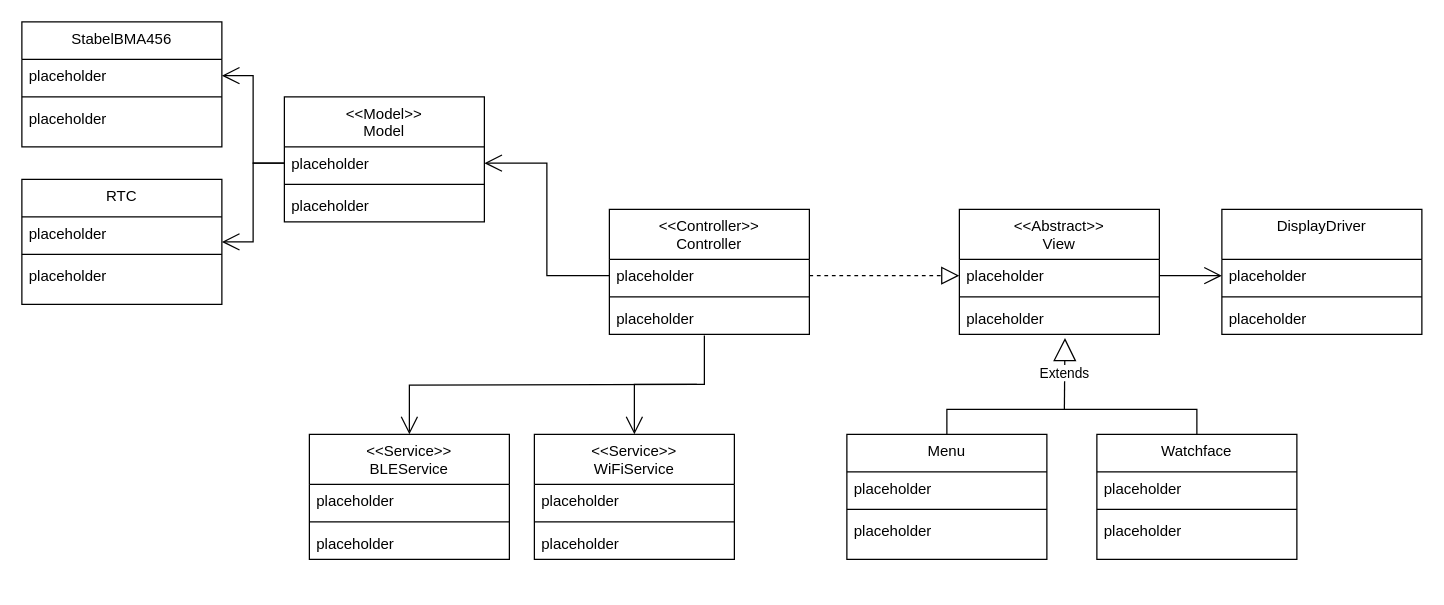
The draw.io diagram docs/watchyLT.drawio in Firegate1075/WatchyLT, before the edit. Source tidied: cells renumbered, new cells numbered last; positions are measured from the earlier drawing's top-left corner, leaving out a move shared by most shapes. Both pictures are drawn from the tidied source at 125%, with x=0, y=0 at pixel (21, 21).
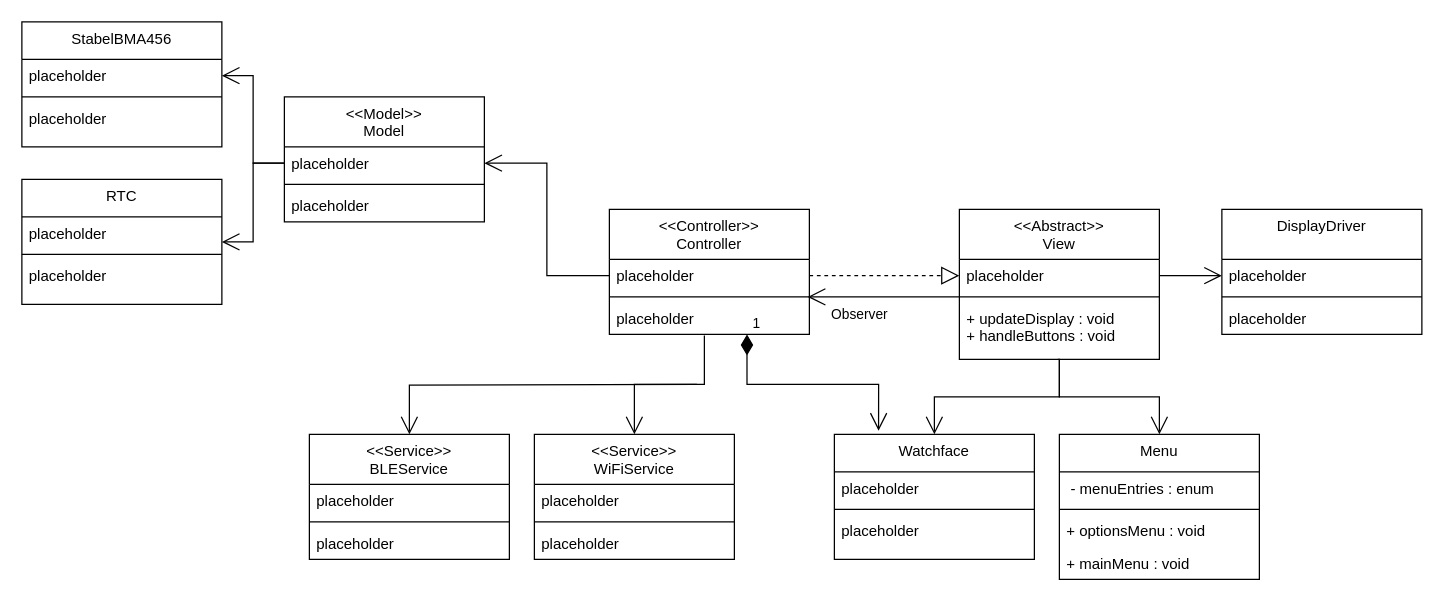
Above is the later version.

Unchanged cells that the change refers to:
```xml
<mxCell id="4" style="line;html=1;strokeWidth=1;align=left;verticalAlign=middle;spacingTop=-1;spacingLeft=3;spacingRight=3;labelPosition=right;points=[];portConstraint=eastwest;" parent="2" vertex="1">
  <mxGeometry y="66" width="160" height="8" as="geometry" />
</mxCell>
<mxCell id="5" value="placeholder" style="text;align=left;verticalAlign=top;spacingLeft=4;spacingRight=4;overflow=hidden;points=[[0,0.5],[1,0.5]];portConstraint=eastwest;" parent="2" vertex="1">
  <mxGeometry y="74" width="160" height="26" as="geometry" />
</mxCell>
<mxCell id="8" style="line;html=1;strokeWidth=1;align=left;verticalAlign=middle;spacingTop=-1;spacingLeft=3;spacingRight=3;labelPosition=right;points=[];portConstraint=eastwest;" parent="6" vertex="1">
  <mxGeometry y="66" width="160" height="8" as="geometry" />
</mxCell>
```

Change to the diagram source:
```diff
@@
     <mxCell id="6" value="&lt;&lt;Abstract&gt;&gt;&#10;View" style="swimlane;fontStyle=0;align=center;verticalAlign=top;horizontal=1;startSize=40;rounded=0;shadow=0;strokeWidth=1;" parent="1" vertex="1">
-      <mxGeometry x="750" y="150" width="160" height="100" as="geometry" />
+      <mxGeometry x="750" y="150" width="160" height="120" as="geometry" />
     </mxCell>
@@
-    <mxCell id="9" value="placeholder" style="text;align=left;verticalAlign=top;spacingLeft=4;spacingRight=4;overflow=hidden;points=[[0,0.5],[1,0.5]];portConstraint=eastwest;" parent="6" vertex="1">
-      <mxGeometry y="74" width="160" height="26" as="geometry" />
+    <mxCell id="9" value="+ updateDisplay : void&#10;+ handleButtons : void" style="text;align=left;verticalAlign=top;spacingLeft=4;spacingRight=4;overflow=hidden;points=[[0,0.5],[1,0.5]];portConstraint=eastwest;" parent="6" vertex="1">
+      <mxGeometry y="74" width="160" height="46" as="geometry" />
     </mxCell>
     <mxCell id="10" value="Menu" style="swimlane;fontStyle=0;align=center;verticalAlign=top;horizontal=1;startSize=30;rounded=0;shadow=0;strokeWidth=1;" parent="1" vertex="1">
-      <mxGeometry x="660" y="330" width="160" height="100" as="geometry" />
+      <mxGeometry x="830" y="330" width="160" height="116" as="geometry" />
     </mxCell>
-    <mxCell id="11" value="placeholder" style="text;align=left;verticalAlign=top;spacingLeft=4;spacingRight=4;overflow=hidden;rounded=0;shadow=0;html=0;" parent="10" vertex="1">
+    <mxCell id="11" value=" - menuEntries : enum" style="text;align=left;verticalAlign=top;spacingLeft=4;spacingRight=4;overflow=hidden;rounded=0;shadow=0;html=0;" parent="10" vertex="1">
       <mxGeometry y="30" width="160" height="26" as="geometry" />
     </mxCell>
@@
-    <mxCell id="13" value="placeholder" style="text;align=left;verticalAlign=top;spacingLeft=4;spacingRight=4;overflow=hidden;" parent="10" vertex="1">
+    <mxCell id="13" value="+ optionsMenu : void&#10;" style="text;align=left;verticalAlign=top;spacingLeft=4;spacingRight=4;overflow=hidden;" parent="10" vertex="1">
       <mxGeometry y="64" width="160" height="26" as="geometry" />
     </mxCell>
+    <mxCell id="51" value="+ mainMenu : void&#10;" style="text;align=left;verticalAlign=top;spacingLeft=4;spacingRight=4;overflow=hidden;" parent="10" vertex="1">
+      <mxGeometry y="90" width="160" height="26" as="geometry" />
+    </mxCell>
@@
     <mxCell id="18" value="Watchface" style="swimlane;fontStyle=0;align=center;verticalAlign=top;horizontal=1;startSize=30;rounded=0;shadow=0;strokeWidth=1;" parent="1" vertex="1">
-      <mxGeometry x="860" y="330" width="160" height="100" as="geometry" />
+      <mxGeometry x="650" y="330" width="160" height="100" as="geometry" />
     </mxCell>
@@
-    <mxCell id="22" value="Extends" style="endArrow=block;endSize=16;endFill=0;html=1;rounded=0;entryX=0.528;entryY=1.111;entryDx=0;entryDy=0;entryPerimeter=0;" parent="1" edge="1" target="9">
-      <mxGeometry relative="1" as="geometry">
-        <mxPoint x="834" y="310" as="sourcePoint" />
-      </mxGeometry>
-    </mxCell>
-    <mxCell id="23" style="endArrow=none;html=1;rounded=0;exitX=0.5;exitY=0;exitDx=0;exitDy=0;entryX=0.5;entryY=0;entryDx=0;entryDy=0;" parent="1" edge="1" source="10" target="18">
-      <mxGeometry relative="1" as="geometry">
-        <Array as="points">
-          <mxPoint x="740" y="310" />
-          <mxPoint x="940" y="310" />
-        </Array>
-      </mxGeometry>
-    </mxCell>
@@
+    <mxCell id="52" style="endArrow=open;endFill=1;endSize=12;html=1;entryX=0.992;entryY=0.501;entryDx=0;entryDy=0;entryPerimeter=0;exitX=0;exitY=0.5;exitDx=0;exitDy=0;exitPerimeter=0;" parent="1" edge="1" source="8" target="4">
+      <mxGeometry relative="1" as="geometry" />
+    </mxCell>
+    <mxCell id="53" value="Observer" style="edgeLabel;html=1;align=center;verticalAlign=middle;" parent="52" vertex="1">
+      <mxGeometry x="0.33" y="1" relative="1" as="geometry">
+        <mxPoint y="12" as="offset" />
+      </mxGeometry>
+    </mxCell>
+    <mxCell id="54" value="1" style="endArrow=open;html=1;endSize=12;startArrow=diamondThin;startSize=14;startFill=1;edgeStyle=orthogonalEdgeStyle;align=left;verticalAlign=bottom;rounded=0;exitX=0.688;exitY=1;exitDx=0;exitDy=0;exitPerimeter=0;entryX=0.221;entryY=-0.029;entryDx=0;entryDy=0;entryPerimeter=0;" parent="1" edge="1" source="5" target="18">
+      <mxGeometry x="-1" y="3" relative="1" as="geometry" />
+    </mxCell>
+    <mxCell id="55" style="endArrow=open;endFill=1;endSize=12;html=1;rounded=0;edgeStyle=orthogonalEdgeStyle;exitX=0.492;exitY=1;exitDx=0;exitDy=0;exitPerimeter=0;entryX=0.5;entryY=0;entryDx=0;entryDy=0;" parent="1" edge="1" source="9" target="10">
+      <mxGeometry relative="1" as="geometry">
+        <Array as="points">
+          <mxPoint x="830" y="270" />
+          <mxPoint x="830" y="300" />
+          <mxPoint x="910" y="300" />
+        </Array>
+      </mxGeometry>
+    </mxCell>
+    <mxCell id="56" style="endArrow=open;endFill=1;endSize=12;html=1;rounded=0;edgeStyle=orthogonalEdgeStyle;" parent="1" edge="1" target="18">
+      <mxGeometry relative="1" as="geometry">
+        <mxPoint x="830" y="270" as="sourcePoint" />
+        <Array as="points">
+          <mxPoint x="830" y="270" />
+          <mxPoint x="830" y="300" />
+          <mxPoint x="730" y="300" />
+        </Array>
+      </mxGeometry>
+    </mxCell>
```
